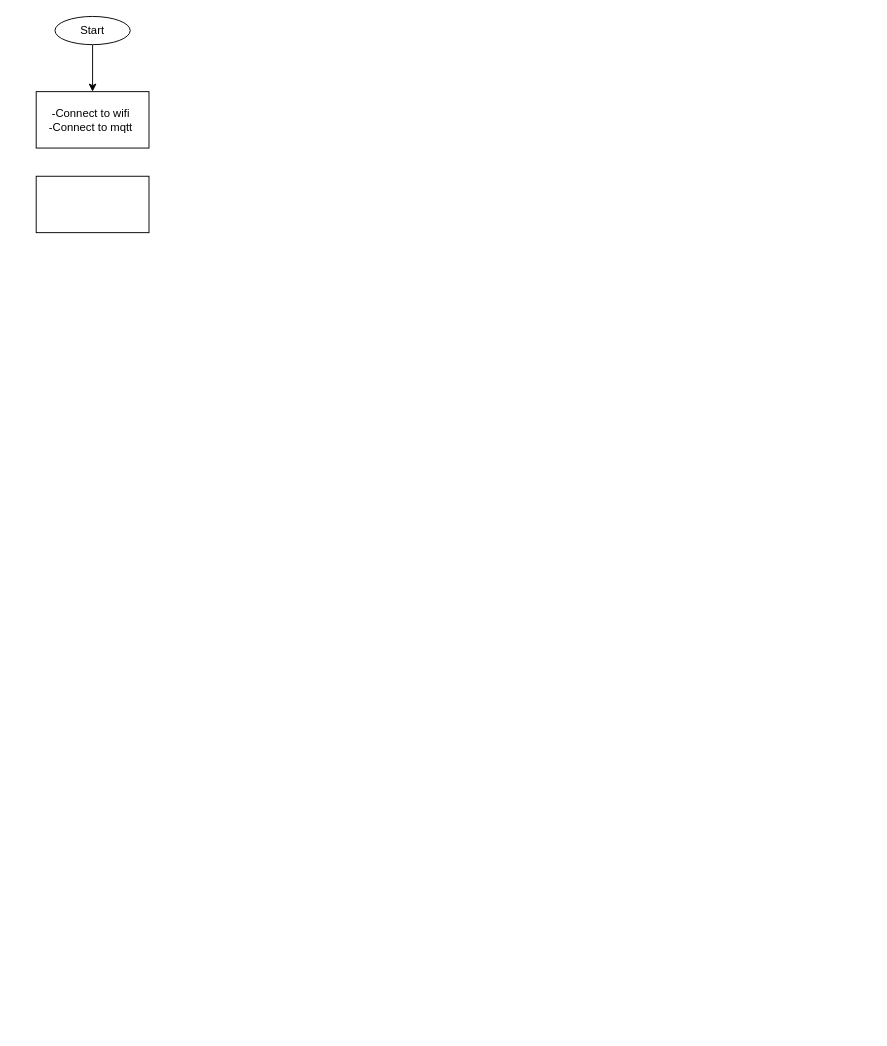
Before: Untitled Diagram.drawio in roumi0212/roumi0212, a draw.io diagram. Source tidied: cells renumbered, new cells numbered last; positions are measured from the earlier drawing's top-left corner, leaving out a move shared by most shapes. Both pictures are drawn from the tidied source at 94%, with x=0, y=0 at pixel (36, 16).
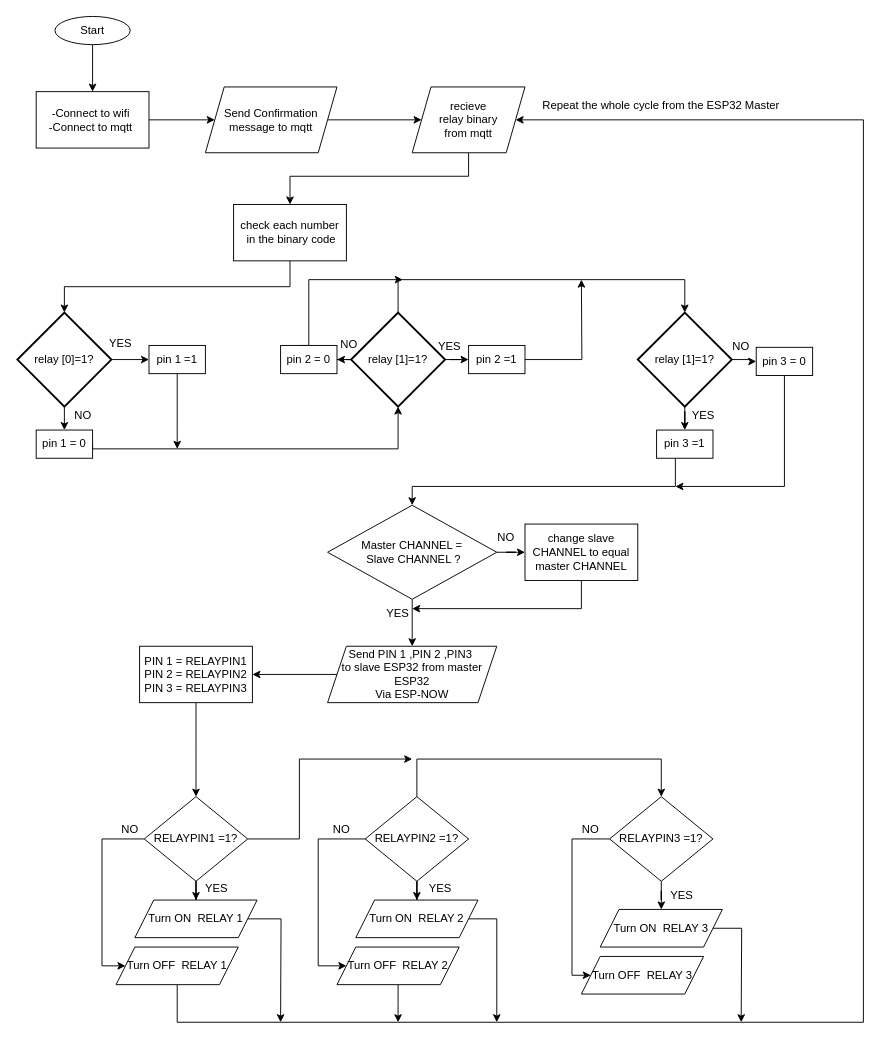
After the change.

Commit message:
MQTT|ESP-NOW FL

The change refers to these unchanged cells:
```xml
<mxCell id="4" value="-Connect to wifi&amp;nbsp;&lt;br&gt;-Connect to mqtt&amp;nbsp;" style="rounded=0;whiteSpace=wrap;html=1;" parent="1" vertex="1">
  <mxGeometry y="80" width="120" height="60" as="geometry" />
</mxCell>
```

What changed in the source:
```diff
@@
+    <mxCell id="6" style="edgeStyle=orthogonalEdgeStyle;rounded=0;jettySize=auto;html=1;" parent="1" edge="1" source="4" target="8">
+      <mxGeometry relative="1" as="geometry" />
+    </mxCell>
@@
-    <mxCell id="5" style="rounded=0;whiteSpace=wrap;html=1;" parent="1" vertex="1">
-      <mxGeometry y="170" width="120" height="60" as="geometry" />
-    </mxCell>
+    <mxCell id="7" style="edgeStyle=orthogonalEdgeStyle;rounded=0;jettySize=auto;html=1;" parent="1" edge="1" source="8" target="10">
+      <mxGeometry relative="1" as="geometry" />
+    </mxCell>
+    <mxCell id="8" value="Send Confirmation message to mqtt" style="shape=parallelogram;perimeter=parallelogramPerimeter;whiteSpace=wrap;html=1;fixedSize=1;" parent="1" vertex="1">
+      <mxGeometry x="180" y="75" width="140" height="70" as="geometry" />
+    </mxCell>
+    <mxCell id="9" style="edgeStyle=orthogonalEdgeStyle;rounded=0;jettySize=auto;html=1;" parent="1" edge="1" source="10" target="15">
+      <mxGeometry relative="1" as="geometry">
+        <Array as="points">
+          <mxPoint x="460" y="170" />
+          <mxPoint x="270" y="170" />
+        </Array>
+      </mxGeometry>
+    </mxCell>
+    <mxCell id="10" value="recieve &lt;br&gt;relay binary &lt;br&gt;from mqtt" style="shape=parallelogram;perimeter=parallelogramPerimeter;whiteSpace=wrap;html=1;fixedSize=1;" parent="1" vertex="1">
+      <mxGeometry x="400" y="75" width="120" height="70" as="geometry" />
+    </mxCell>
+    <mxCell id="11" style="edgeStyle=orthogonalEdgeStyle;rounded=0;jettySize=auto;html=1;entryX=0.5;entryY=0;entryDx=0;entryDy=0;" parent="1" edge="1" source="13" target="19">
+      <mxGeometry relative="1" as="geometry">
+        <Array as="points">
+          <mxPoint x="30" y="440" />
+          <mxPoint x="30" y="440" />
+        </Array>
+      </mxGeometry>
+    </mxCell>
+    <mxCell id="12" style="edgeStyle=orthogonalEdgeStyle;rounded=0;jettySize=auto;html=1;" parent="1" edge="1" source="13" target="17">
+      <mxGeometry relative="1" as="geometry" />
+    </mxCell>
+    <mxCell id="13" value="relay [0]=1?" style="strokeWidth=2;html=1;shape=mxgraph.flowchart.decision;whiteSpace=wrap;" parent="1" vertex="1">
+      <mxGeometry x="-20" y="315" width="100" height="100" as="geometry" />
+    </mxCell>
+    <mxCell id="14" style="edgeStyle=orthogonalEdgeStyle;rounded=0;jettySize=auto;html=1;exitX=0.5;exitY=1;exitDx=0;exitDy=0;" parent="1" edge="1" source="15" target="13">
+      <mxGeometry relative="1" as="geometry" />
+    </mxCell>
+    <mxCell id="15" value="check each number&lt;br&gt;&amp;nbsp;in the binary code" style="rounded=0;whiteSpace=wrap;html=1;" parent="1" vertex="1">
+      <mxGeometry x="210" y="200" width="120" height="60" as="geometry" />
+    </mxCell>
+    <mxCell id="16" style="edgeStyle=orthogonalEdgeStyle;rounded=0;jettySize=auto;html=1;exitX=0.5;exitY=1;exitDx=0;exitDy=0;" parent="1" edge="1" source="17">
+      <mxGeometry relative="1" as="geometry">
+        <mxPoint x="150" y="460" as="targetPoint" />
+        <Array as="points">
+          <mxPoint x="150" y="440" />
+          <mxPoint x="150" y="440" />
+        </Array>
+      </mxGeometry>
+    </mxCell>
+    <mxCell id="17" value="pin 1 =1" style="rounded=0;whiteSpace=wrap;html=1;" parent="1" vertex="1">
+      <mxGeometry x="120" y="350" width="60" height="30" as="geometry" />
+    </mxCell>
+    <mxCell id="18" style="edgeStyle=orthogonalEdgeStyle;rounded=0;jettySize=auto;html=1;exitX=1;exitY=0.5;exitDx=0;exitDy=0;entryX=0.5;entryY=1;entryDx=0;entryDy=0;entryPerimeter=0;" parent="1" edge="1" source="19" target="23">
+      <mxGeometry relative="1" as="geometry">
+        <Array as="points">
+          <mxPoint x="60" y="460" />
+          <mxPoint x="385" y="460" />
+        </Array>
+      </mxGeometry>
+    </mxCell>
+    <mxCell id="19" value="pin 1 = 0" style="rounded=0;whiteSpace=wrap;html=1;" parent="1" vertex="1">
+      <mxGeometry y="440" width="60" height="30" as="geometry" />
+    </mxCell>
+    <mxCell id="20" style="edgeStyle=orthogonalEdgeStyle;rounded=0;jettySize=auto;html=1;exitX=1;exitY=0.5;exitDx=0;exitDy=0;exitPerimeter=0;" parent="1" edge="1" source="23" target="27">
+      <mxGeometry relative="1" as="geometry" />
+    </mxCell>
+    <mxCell id="21" style="edgeStyle=orthogonalEdgeStyle;rounded=0;jettySize=auto;html=1;" parent="1" edge="1" source="23" target="29">
+      <mxGeometry relative="1" as="geometry" />
+    </mxCell>
+    <mxCell id="22" style="edgeStyle=orthogonalEdgeStyle;rounded=0;jettySize=auto;html=1;entryX=0.5;entryY=0;entryDx=0;entryDy=0;entryPerimeter=0;" parent="1" edge="1" source="23" target="32">
+      <mxGeometry relative="1" as="geometry">
+        <Array as="points">
+          <mxPoint x="385" y="280" />
+          <mxPoint x="690" y="280" />
+        </Array>
+      </mxGeometry>
+    </mxCell>
+    <mxCell id="23" value="relay [1]=1?" style="strokeWidth=2;html=1;shape=mxgraph.flowchart.decision;whiteSpace=wrap;" parent="1" vertex="1">
+      <mxGeometry x="335" y="315" width="100" height="100" as="geometry" />
+    </mxCell>
+    <mxCell id="24" value="YES" style="text;html=1;strokeColor=none;fillColor=none;align=center;verticalAlign=middle;whiteSpace=wrap;rounded=0;" parent="1" vertex="1">
+      <mxGeometry x="60" y="333" width="60" height="30" as="geometry" />
+    </mxCell>
+    <mxCell id="25" value="NO" style="text;html=1;strokeColor=none;fillColor=none;align=center;verticalAlign=middle;whiteSpace=wrap;rounded=0;" parent="1" vertex="1">
+      <mxGeometry x="20" y="410" width="60" height="30" as="geometry" />
+    </mxCell>
+    <mxCell id="26" style="edgeStyle=orthogonalEdgeStyle;rounded=0;jettySize=auto;html=1;" parent="1" edge="1" source="27">
+      <mxGeometry relative="1" as="geometry">
+        <mxPoint x="580" y="280" as="targetPoint" />
+      </mxGeometry>
+    </mxCell>
+    <mxCell id="27" value="pin 2 =1" style="rounded=0;whiteSpace=wrap;html=1;" parent="1" vertex="1">
+      <mxGeometry x="460" y="350" width="60" height="30" as="geometry" />
+    </mxCell>
+    <mxCell id="28" style="edgeStyle=orthogonalEdgeStyle;rounded=0;orthogonalLoop=1;jettySize=auto;html=1;" parent="1" edge="1">
+      <mxGeometry relative="1" as="geometry">
+        <mxPoint x="280" y="350" as="sourcePoint" />
+        <mxPoint x="390" y="280" as="targetPoint" />
+        <Array as="points">
+          <mxPoint x="290" y="350" />
+          <mxPoint x="290" y="280" />
+        </Array>
+      </mxGeometry>
+    </mxCell>
+    <mxCell id="29" value="pin 2 = 0" style="rounded=0;whiteSpace=wrap;html=1;" parent="1" vertex="1">
+      <mxGeometry x="260" y="350" width="60" height="30" as="geometry" />
+    </mxCell>
+    <mxCell id="30" style="edgeStyle=orthogonalEdgeStyle;rounded=0;jettySize=auto;html=1;" parent="1" edge="1" source="32" target="34">
+      <mxGeometry relative="1" as="geometry" />
+    </mxCell>
+    <mxCell id="31" style="edgeStyle=orthogonalEdgeStyle;rounded=0;jettySize=auto;html=1;" parent="1" edge="1" source="32" target="36">
+      <mxGeometry relative="1" as="geometry" />
+    </mxCell>
+    <mxCell id="32" value="relay [1]=1?" style="strokeWidth=2;html=1;shape=mxgraph.flowchart.decision;whiteSpace=wrap;" parent="1" vertex="1">
+      <mxGeometry x="640" y="315" width="100" height="100" as="geometry" />
+    </mxCell>
+    <mxCell id="33" style="edgeStyle=orthogonalEdgeStyle;rounded=0;jettySize=auto;html=1;entryX=0.5;entryY=0;entryDx=0;entryDy=0;" parent="1" edge="1" source="34" target="45">
+      <mxGeometry relative="1" as="geometry">
+        <Array as="points">
+          <mxPoint x="680" y="500" />
+          <mxPoint x="400" y="500" />
+        </Array>
+      </mxGeometry>
+    </mxCell>
+    <mxCell id="34" value="pin 3 =1" style="rounded=0;whiteSpace=wrap;html=1;" parent="1" vertex="1">
+      <mxGeometry x="660" y="440" width="60" height="30" as="geometry" />
+    </mxCell>
+    <mxCell id="35" style="edgeStyle=orthogonalEdgeStyle;rounded=0;jettySize=auto;html=1;" parent="1" edge="1" source="36">
+      <mxGeometry relative="1" as="geometry">
+        <mxPoint x="680" y="500" as="targetPoint" />
+        <Array as="points">
+          <mxPoint x="796" y="500" />
+        </Array>
+      </mxGeometry>
+    </mxCell>
+    <mxCell id="36" value="pin 3 = 0" style="rounded=0;whiteSpace=wrap;html=1;" parent="1" vertex="1">
+      <mxGeometry x="766" y="352" width="60" height="30" as="geometry" />
+    </mxCell>
+    <mxCell id="37" value="YES" style="text;html=1;strokeColor=none;fillColor=none;align=center;verticalAlign=middle;whiteSpace=wrap;rounded=0;" parent="1" vertex="1">
+      <mxGeometry x="410" y="336" width="60" height="30" as="geometry" />
+    </mxCell>
+    <mxCell id="38" value="NO" style="text;html=1;strokeColor=none;fillColor=none;align=center;verticalAlign=middle;whiteSpace=wrap;rounded=0;" parent="1" vertex="1">
+      <mxGeometry x="303" y="334" width="60" height="30" as="geometry" />
+    </mxCell>
+    <mxCell id="39" value="YES" style="text;html=1;strokeColor=none;fillColor=none;align=center;verticalAlign=middle;whiteSpace=wrap;rounded=0;" parent="1" vertex="1">
+      <mxGeometry x="680" y="410" width="60" height="30" as="geometry" />
+    </mxCell>
+    <mxCell id="40" value="NO" style="text;html=1;strokeColor=none;fillColor=none;align=center;verticalAlign=middle;whiteSpace=wrap;rounded=0;" parent="1" vertex="1">
+      <mxGeometry x="720" y="336" width="60" height="30" as="geometry" />
+    </mxCell>
+    <mxCell id="41" style="edgeStyle=orthogonalEdgeStyle;rounded=0;jettySize=auto;html=1;" parent="1" edge="1" source="42" target="49">
+      <mxGeometry relative="1" as="geometry" />
+    </mxCell>
+    <mxCell id="42" value="Send&amp;nbsp;PIN 1 ,PIN 2 ,PIN3&amp;nbsp;&lt;br&gt;to slave ESP32 from master ESP32&lt;br&gt;Via ESP-NOW" style="shape=parallelogram;perimeter=parallelogramPerimeter;whiteSpace=wrap;html=1;fixedSize=1;" parent="1" vertex="1">
+      <mxGeometry x="310" y="670" width="180" height="60" as="geometry" />
+    </mxCell>
+    <mxCell id="43" style="edgeStyle=orthogonalEdgeStyle;rounded=0;jettySize=auto;html=1;entryX=0.5;entryY=0;entryDx=0;entryDy=0;" parent="1" edge="1" source="45" target="42">
+      <mxGeometry relative="1" as="geometry" />
+    </mxCell>
+    <mxCell id="44" style="edgeStyle=orthogonalEdgeStyle;rounded=0;jettySize=auto;html=1;entryX=0;entryY=0.5;entryDx=0;entryDy=0;" parent="1" edge="1" source="45" target="47">
+      <mxGeometry relative="1" as="geometry" />
+    </mxCell>
+    <mxCell id="45" value="Master CHANNEL =&lt;br&gt;&amp;nbsp;Slave CHANNEL ?" style="rhombus;whiteSpace=wrap;html=1;" parent="1" vertex="1">
+      <mxGeometry x="310" y="520" width="180" height="100" as="geometry" />
+    </mxCell>
+    <mxCell id="46" style="edgeStyle=orthogonalEdgeStyle;rounded=0;jettySize=auto;html=1;exitX=0.5;exitY=1;exitDx=0;exitDy=0;" parent="1" edge="1" source="47">
+      <mxGeometry relative="1" as="geometry">
+        <mxPoint x="400" y="630" as="targetPoint" />
+        <Array as="points">
+          <mxPoint x="580" y="630" />
+        </Array>
+      </mxGeometry>
+    </mxCell>
+    <mxCell id="47" value="change slave CHANNEL to equal master CHANNEL" style="rounded=0;whiteSpace=wrap;html=1;" parent="1" vertex="1">
+      <mxGeometry x="520" y="540" width="120" height="60" as="geometry" />
+    </mxCell>
+    <mxCell id="48" style="edgeStyle=orthogonalEdgeStyle;rounded=0;jettySize=auto;html=1;" parent="1" edge="1" source="49">
+      <mxGeometry relative="1" as="geometry">
+        <mxPoint x="170" y="830" as="targetPoint" />
+      </mxGeometry>
+    </mxCell>
+    <mxCell id="49" value="PIN 1 = RELAYPIN1&lt;br&gt;PIN 2 = RELAYPIN2&lt;br&gt;PIN 3 = RELAYPIN3" style="rounded=0;whiteSpace=wrap;html=1;" parent="1" vertex="1">
+      <mxGeometry x="110" y="670" width="120" height="60" as="geometry" />
+    </mxCell>
+    <mxCell id="50" style="edgeStyle=orthogonalEdgeStyle;rounded=0;jettySize=auto;html=1;" parent="1" edge="1" source="53" target="62">
+      <mxGeometry relative="1" as="geometry" />
+    </mxCell>
+    <mxCell id="51" style="edgeStyle=orthogonalEdgeStyle;rounded=0;jettySize=auto;html=1;" parent="1" edge="1" source="53">
+      <mxGeometry relative="1" as="geometry">
+        <mxPoint x="400" y="790" as="targetPoint" />
+        <Array as="points">
+          <mxPoint x="280" y="875" />
+          <mxPoint x="280" y="790" />
+          <mxPoint x="400" y="790" />
+        </Array>
+      </mxGeometry>
+    </mxCell>
+    <mxCell id="52" style="edgeStyle=orthogonalEdgeStyle;rounded=0;jettySize=auto;html=1;entryX=0;entryY=0.5;entryDx=0;entryDy=0;exitX=0;exitY=0.5;exitDx=0;exitDy=0;" parent="1" edge="1" source="53" target="68">
+      <mxGeometry relative="1" as="geometry">
+        <Array as="points">
+          <mxPoint x="70" y="875" />
+          <mxPoint x="70" y="1010" />
+        </Array>
+      </mxGeometry>
+    </mxCell>
+    <mxCell id="53" value="RELAYPIN1 =1?" style="rhombus;whiteSpace=wrap;html=1;" parent="1" vertex="1">
+      <mxGeometry x="115" y="830" width="110" height="90" as="geometry" />
+    </mxCell>
+    <mxCell id="54" style="edgeStyle=orthogonalEdgeStyle;rounded=0;jettySize=auto;html=1;" parent="1" edge="1" source="57" target="64">
+      <mxGeometry relative="1" as="geometry" />
+    </mxCell>
+    <mxCell id="55" style="edgeStyle=orthogonalEdgeStyle;rounded=0;jettySize=auto;html=1;entryX=0.5;entryY=0;entryDx=0;entryDy=0;exitX=0.5;exitY=0;exitDx=0;exitDy=0;" parent="1" edge="1" source="57" target="60">
+      <mxGeometry relative="1" as="geometry">
+        <Array as="points">
+          <mxPoint x="405" y="790" />
+          <mxPoint x="665" y="790" />
+        </Array>
+      </mxGeometry>
+    </mxCell>
+    <mxCell id="56" style="edgeStyle=orthogonalEdgeStyle;rounded=0;jettySize=auto;html=1;exitX=1;exitY=0.5;exitDx=0;exitDy=0;" parent="1" edge="1" source="57" target="70">
+      <mxGeometry relative="1" as="geometry">
+        <Array as="points">
+          <mxPoint x="300" y="875" />
+          <mxPoint x="300" y="1010" />
+        </Array>
+      </mxGeometry>
+    </mxCell>
+    <mxCell id="57" value="RELAYPIN2 =1?" style="rhombus;whiteSpace=wrap;html=1;" parent="1" vertex="1">
+      <mxGeometry x="350" y="830" width="110" height="90" as="geometry" />
+    </mxCell>
+    <mxCell id="58" style="edgeStyle=orthogonalEdgeStyle;rounded=0;jettySize=auto;html=1;" parent="1" edge="1" source="60" target="66">
+      <mxGeometry relative="1" as="geometry" />
+    </mxCell>
+    <mxCell id="59" style="edgeStyle=orthogonalEdgeStyle;rounded=0;jettySize=auto;html=1;exitX=0;exitY=0.5;exitDx=0;exitDy=0;" parent="1" edge="1" source="60" target="71">
+      <mxGeometry relative="1" as="geometry">
+        <Array as="points">
+          <mxPoint x="570" y="875" />
+          <mxPoint x="570" y="1020" />
+        </Array>
+      </mxGeometry>
+    </mxCell>
+    <mxCell id="60" value="RELAYPIN3 =1?" style="rhombus;whiteSpace=wrap;html=1;" parent="1" vertex="1">
+      <mxGeometry x="610" y="830" width="110" height="90" as="geometry" />
+    </mxCell>
+    <mxCell id="61" style="edgeStyle=orthogonalEdgeStyle;rounded=0;jettySize=auto;html=1;" parent="1" edge="1" source="62">
+      <mxGeometry relative="1" as="geometry">
+        <mxPoint x="260" y="1070" as="targetPoint" />
+      </mxGeometry>
+    </mxCell>
+    <mxCell id="62" value="Turn ON&amp;nbsp; RELAY 1" style="shape=parallelogram;perimeter=parallelogramPerimeter;whiteSpace=wrap;html=1;fixedSize=1;" parent="1" vertex="1">
+      <mxGeometry x="105" y="940" width="130" height="40" as="geometry" />
+    </mxCell>
+    <mxCell id="63" style="edgeStyle=orthogonalEdgeStyle;rounded=0;jettySize=auto;html=1;exitX=1;exitY=0.5;exitDx=0;exitDy=0;" parent="1" edge="1" source="64">
+      <mxGeometry relative="1" as="geometry">
+        <mxPoint x="490" y="1070" as="targetPoint" />
+        <Array as="points">
+          <mxPoint x="490" y="960" />
+        </Array>
+      </mxGeometry>
+    </mxCell>
+    <mxCell id="64" value="Turn ON&amp;nbsp; RELAY 2" style="shape=parallelogram;perimeter=parallelogramPerimeter;whiteSpace=wrap;html=1;fixedSize=1;" parent="1" vertex="1">
+      <mxGeometry x="340" y="940" width="130" height="40" as="geometry" />
+    </mxCell>
+    <mxCell id="65" style="edgeStyle=orthogonalEdgeStyle;rounded=0;jettySize=auto;html=1;" parent="1" edge="1" source="66">
+      <mxGeometry relative="1" as="geometry">
+        <mxPoint x="750" y="1070" as="targetPoint" />
+      </mxGeometry>
+    </mxCell>
+    <mxCell id="66" value="Turn ON&amp;nbsp; RELAY 3" style="shape=parallelogram;perimeter=parallelogramPerimeter;whiteSpace=wrap;html=1;fixedSize=1;" parent="1" vertex="1">
+      <mxGeometry x="600" y="950" width="130" height="40" as="geometry" />
+    </mxCell>
+    <mxCell id="67" style="edgeStyle=orthogonalEdgeStyle;rounded=0;jettySize=auto;html=1;entryX=1;entryY=0.5;entryDx=0;entryDy=0;" parent="1" edge="1" source="68" target="10">
+      <mxGeometry relative="1" as="geometry">
+        <Array as="points">
+          <mxPoint x="150" y="1070" />
+          <mxPoint x="880" y="1070" />
+          <mxPoint x="880" y="110" />
+        </Array>
+      </mxGeometry>
+    </mxCell>
+    <mxCell id="68" value="Turn OFF&amp;nbsp; RELAY 1" style="shape=parallelogram;perimeter=parallelogramPerimeter;whiteSpace=wrap;html=1;fixedSize=1;" parent="1" vertex="1">
+      <mxGeometry x="85" y="990" width="130" height="40" as="geometry" />
+    </mxCell>
+    <mxCell id="69" style="edgeStyle=orthogonalEdgeStyle;rounded=0;jettySize=auto;html=1;" parent="1" edge="1" source="70">
+      <mxGeometry relative="1" as="geometry">
+        <mxPoint x="385" y="1070" as="targetPoint" />
+      </mxGeometry>
+    </mxCell>
+    <mxCell id="70" value="Turn OFF&amp;nbsp; RELAY 2" style="shape=parallelogram;perimeter=parallelogramPerimeter;whiteSpace=wrap;html=1;fixedSize=1;" parent="1" vertex="1">
+      <mxGeometry x="320" y="990" width="130" height="40" as="geometry" />
+    </mxCell>
+    <mxCell id="71" value="Turn OFF&amp;nbsp; RELAY 3" style="shape=parallelogram;perimeter=parallelogramPerimeter;whiteSpace=wrap;html=1;fixedSize=1;" parent="1" vertex="1">
+      <mxGeometry x="580" y="1000" width="130" height="40" as="geometry" />
+    </mxCell>
+    <mxCell id="72" value="YES" style="text;html=1;strokeColor=none;fillColor=none;align=center;verticalAlign=middle;whiteSpace=wrap;rounded=0;" parent="1" vertex="1">
+      <mxGeometry x="355" y="620" width="60" height="30" as="geometry" />
+    </mxCell>
+    <mxCell id="73" value="NO" style="text;html=1;strokeColor=none;fillColor=none;align=center;verticalAlign=middle;whiteSpace=wrap;rounded=0;" parent="1" vertex="1">
+      <mxGeometry x="470" y="540" width="60" height="30" as="geometry" />
+    </mxCell>
+    <mxCell id="74" value="YES" style="text;html=1;strokeColor=none;fillColor=none;align=center;verticalAlign=middle;whiteSpace=wrap;rounded=0;" parent="1" vertex="1">
+      <mxGeometry x="162" y="913" width="60" height="30" as="geometry" />
+    </mxCell>
+    <mxCell id="75" value="YES" style="text;html=1;strokeColor=none;fillColor=none;align=center;verticalAlign=middle;whiteSpace=wrap;rounded=0;" parent="1" vertex="1">
+      <mxGeometry x="400" y="913" width="60" height="30" as="geometry" />
+    </mxCell>
+    <mxCell id="76" value="YES" style="text;html=1;strokeColor=none;fillColor=none;align=center;verticalAlign=middle;whiteSpace=wrap;rounded=0;" parent="1" vertex="1">
+      <mxGeometry x="657" y="920" width="60" height="30" as="geometry" />
+    </mxCell>
+    <mxCell id="77" value="NO" style="text;html=1;strokeColor=none;fillColor=none;align=center;verticalAlign=middle;whiteSpace=wrap;rounded=0;" parent="1" vertex="1">
+      <mxGeometry x="70" y="850" width="60" height="30" as="geometry" />
+    </mxCell>
+    <mxCell id="78" value="NO" style="text;html=1;strokeColor=none;fillColor=none;align=center;verticalAlign=middle;whiteSpace=wrap;rounded=0;" parent="1" vertex="1">
+      <mxGeometry x="295" y="850" width="60" height="30" as="geometry" />
+    </mxCell>
+    <mxCell id="79" value="NO" style="text;html=1;strokeColor=none;fillColor=none;align=center;verticalAlign=middle;whiteSpace=wrap;rounded=0;" parent="1" vertex="1">
+      <mxGeometry x="560" y="850" width="60" height="30" as="geometry" />
+    </mxCell>
+    <mxCell id="80" value="Repeat the whole cycle from the ESP32 Master" style="text;html=1;strokeColor=none;fillColor=none;align=center;verticalAlign=middle;whiteSpace=wrap;rounded=0;" parent="1" vertex="1">
+      <mxGeometry x="515" y="80" width="300" height="30" as="geometry" />
+    </mxCell>
```
